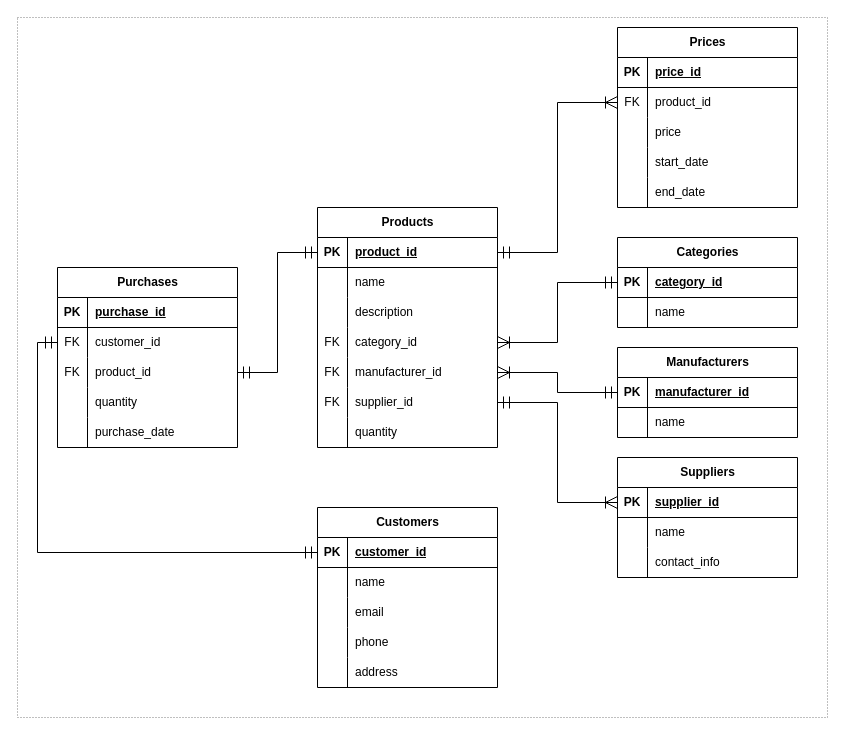
Earlier version of the draw.io diagram erd.drawio (Schukinsky/1st-project). Source tidied: cells renumbered, new cells numbered last; positions are measured from the earlier drawing's top-left corner, leaving out a move shared by most shapes. Both pictures are drawn from the tidied source at 100%, with x=0, y=0 at pixel (17, 17).
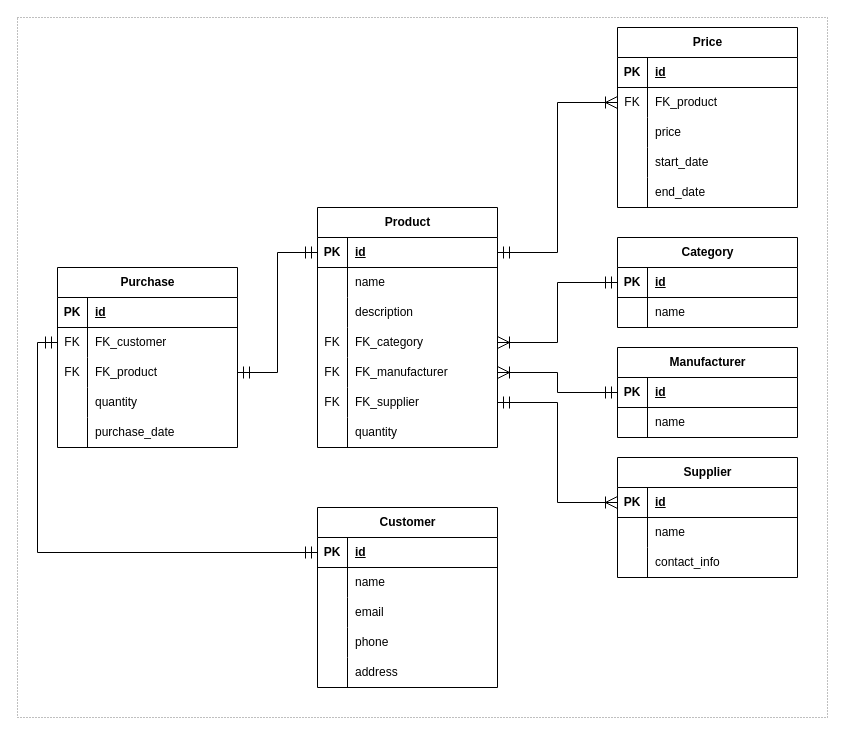
After the change.

The change refers to these unchanged cells:
```xml
<mxCell id="4" style="shape=tableRow;horizontal=0;startSize=0;swimlaneHead=0;swimlaneBody=0;fillColor=none;points=[[0,0.5],[1,0.5]];portConstraint=eastwest;top=0;left=0;right=0;bottom=1;" parent="3" vertex="1">
  <mxGeometry y="30" width="180" height="30" as="geometry" />
</mxCell>
<mxCell id="13" style="shape=tableRow;horizontal=0;startSize=0;swimlaneHead=0;swimlaneBody=0;fillColor=none;points=[[0,0.5],[1,0.5]];portConstraint=eastwest;top=0;left=0;right=0;bottom=0;" parent="3" vertex="1">
  <mxGeometry y="120" width="180" height="30" as="geometry" />
</mxCell>
<mxCell id="16" style="shape=tableRow;horizontal=0;startSize=0;swimlaneHead=0;swimlaneBody=0;fillColor=none;points=[[0,0.5],[1,0.5]];portConstraint=eastwest;top=0;left=0;right=0;bottom=0;" parent="3" vertex="1">
  <mxGeometry y="150" width="180" height="30" as="geometry" />
</mxCell>
<mxCell id="19" style="shape=tableRow;horizontal=0;startSize=0;swimlaneHead=0;swimlaneBody=0;fillColor=none;points=[[0,0.5],[1,0.5]];portConstraint=eastwest;top=0;left=0;right=0;bottom=0;" parent="3" vertex="1">
  <mxGeometry y="180" width="180" height="30" as="geometry" />
</mxCell>
<mxCell id="26" style="shape=tableRow;horizontal=0;startSize=0;swimlaneHead=0;swimlaneBody=0;fillColor=none;points=[[0,0.5],[1,0.5]];portConstraint=eastwest;top=0;left=0;right=0;bottom=1;" parent="25" vertex="1">
  <mxGeometry y="30" width="180" height="30" as="geometry" />
</mxCell>
<mxCell id="33" style="shape=tableRow;horizontal=0;startSize=0;swimlaneHead=0;swimlaneBody=0;fillColor=none;top=0;left=0;right=0;bottom=1;" parent="32" vertex="1">
  <mxGeometry y="30" width="180" height="30" as="geometry" />
</mxCell>
<mxCell id="36" style="shape=tableRow;horizontal=0;startSize=0;swimlaneHead=0;swimlaneBody=0;fillColor=none;points=[[0,0.5],[1,0.5]];portConstraint=eastwest;top=0;left=0;right=0;bottom=0;" parent="32" vertex="1">
  <mxGeometry y="60" width="180" height="30" as="geometry" />
</mxCell>
<mxCell id="49" style="shape=tableRow;horizontal=0;startSize=0;swimlaneHead=0;swimlaneBody=0;fillColor=none;points=[[0,0.5],[1,0.5]];portConstraint=eastwest;top=0;left=0;right=0;bottom=1;" parent="48" vertex="1">
  <mxGeometry y="30" width="180" height="30" as="geometry" />
</mxCell>
<mxCell id="59" style="shape=tableRow;horizontal=0;startSize=0;swimlaneHead=0;swimlaneBody=0;fillColor=none;points=[[0,0.5],[1,0.5]];portConstraint=eastwest;top=0;left=0;right=0;bottom=1;" parent="58" vertex="1">
  <mxGeometry y="30" width="180" height="30" as="geometry" />
</mxCell>
<mxCell id="66" style="shape=tableRow;horizontal=0;startSize=0;swimlaneHead=0;swimlaneBody=0;fillColor=none;points=[[0,0.5],[1,0.5]];portConstraint=eastwest;top=0;left=0;right=0;bottom=1;" parent="65" vertex="1">
  <mxGeometry y="30" width="180" height="30" as="geometry" />
</mxCell>
<mxCell id="82" style="shape=tableRow;horizontal=0;startSize=0;swimlaneHead=0;swimlaneBody=0;fillColor=none;top=0;left=0;right=0;bottom=1;" parent="81" vertex="1">
  <mxGeometry y="30" width="180" height="30" as="geometry" />
</mxCell>
<mxCell id="85" style="shape=tableRow;horizontal=0;startSize=0;swimlaneHead=0;swimlaneBody=0;fillColor=none;points=[[0,0.5],[1,0.5]];portConstraint=eastwest;top=0;left=0;right=0;bottom=0;" parent="81" vertex="1">
  <mxGeometry y="60" width="180" height="30" as="geometry" />
</mxCell>
<mxCell id="88" style="shape=tableRow;horizontal=0;startSize=0;swimlaneHead=0;swimlaneBody=0;fillColor=none;points=[[0,0.5],[1,0.5]];portConstraint=eastwest;top=0;left=0;right=0;bottom=0;" parent="81" vertex="1">
  <mxGeometry y="90" width="180" height="30" as="geometry" />
</mxCell>
```

What changed in the source:
```diff
@@
-    <mxCell id="3" value="Products" style="shape=table;startSize=30;childLayout=tableLayout;rowLines=0;fontStyle=1;align=center;html=1;" parent="1" vertex="1">
+    <mxCell id="3" value="Product" style="shape=table;startSize=30;childLayout=tableLayout;rowLines=0;fontStyle=1;align=center;html=1;" parent="1" vertex="1">
       <mxGeometry x="300" y="190" width="180" height="240" as="geometry" />
     </mxCell>
@@
-    <mxCell id="6" value="product_id" style="shape=partialRectangle;fillColor=none;top=0;left=0;bottom=0;right=0;align=left;spacingLeft=6;fontStyle=5;overflow=hidden;whiteSpace=wrap;html=1;" parent="4" vertex="1">
+    <mxCell id="6" value="id" style="shape=partialRectangle;fillColor=none;top=0;left=0;bottom=0;right=0;align=left;spacingLeft=6;fontStyle=5;overflow=hidden;whiteSpace=wrap;html=1;" parent="4" vertex="1">
       <mxGeometry x="30" width="150" height="30" as="geometry" />
     </mxCell>
@@
-    <mxCell id="15" value="category_id" style="shape=partialRectangle;fillColor=none;top=0;left=0;bottom=0;right=0;align=left;spacingLeft=6;overflow=hidden;whiteSpace=wrap;html=1;" parent="13" vertex="1">
+    <mxCell id="15" value="FK_category" style="shape=partialRectangle;fillColor=none;top=0;left=0;bottom=0;right=0;align=left;spacingLeft=6;overflow=hidden;whiteSpace=wrap;html=1;" parent="13" vertex="1">
       <mxGeometry x="30" width="150" height="30" as="geometry" />
     </mxCell>
@@
-    <mxCell id="18" value="manufacturer_id" style="shape=partialRectangle;fillColor=none;top=0;left=0;bottom=0;right=0;align=left;spacingLeft=6;overflow=hidden;whiteSpace=wrap;html=1;" parent="16" vertex="1">
+    <mxCell id="18" value="FK_manufacturer" style="shape=partialRectangle;fillColor=none;top=0;left=0;bottom=0;right=0;align=left;spacingLeft=6;overflow=hidden;whiteSpace=wrap;html=1;" parent="16" vertex="1">
       <mxGeometry x="30" width="150" height="30" as="geometry" />
     </mxCell>
@@
-    <mxCell id="21" value="supplier_id" style="shape=partialRectangle;fillColor=none;top=0;left=0;bottom=0;right=0;align=left;spacingLeft=6;overflow=hidden;whiteSpace=wrap;html=1;" parent="19" vertex="1">
+    <mxCell id="21" value="FK_supplier" style="shape=partialRectangle;fillColor=none;top=0;left=0;bottom=0;right=0;align=left;spacingLeft=6;overflow=hidden;whiteSpace=wrap;html=1;" parent="19" vertex="1">
       <mxGeometry x="30" width="150" height="30" as="geometry" />
     </mxCell>
@@
-    <mxCell id="25" value="Categories" style="shape=table;startSize=30;childLayout=tableLayout;rowLines=0;fontStyle=1;align=center;html=1;" parent="1" vertex="1">
+    <mxCell id="25" value="Category" style="shape=table;startSize=30;childLayout=tableLayout;rowLines=0;fontStyle=1;align=center;html=1;" parent="1" vertex="1">
       <mxGeometry x="600" y="220" width="180" height="90" as="geometry" />
     </mxCell>
@@
-    <mxCell id="28" value="category_id" style="shape=partialRectangle;fillColor=none;top=0;left=0;bottom=0;right=0;align=left;spacingLeft=6;fontStyle=5;overflow=hidden;whiteSpace=wrap;html=1;" parent="26" vertex="1">
+    <mxCell id="28" value="id" style="shape=partialRectangle;fillColor=none;top=0;left=0;bottom=0;right=0;align=left;spacingLeft=6;fontStyle=5;overflow=hidden;whiteSpace=wrap;html=1;" parent="26" vertex="1">
       <mxGeometry x="30" width="150" height="30" as="geometry" />
     </mxCell>
@@
-    <mxCell id="32" value="Prices" style="shape=table;startSize=30;childLayout=tableLayout;rowLines=0;fontStyle=1;align=center;html=1;" parent="1" vertex="1">
+    <mxCell id="32" value="Price" style="shape=table;startSize=30;childLayout=tableLayout;rowLines=0;fontStyle=1;align=center;html=1;" parent="1" vertex="1">
       <mxGeometry x="600" y="10" width="180" height="180" as="geometry" />
     </mxCell>
@@
-    <mxCell id="35" value="price_id" style="shape=partialRectangle;fillColor=none;top=0;left=0;bottom=0;right=0;align=left;spacingLeft=6;fontStyle=5;overflow=hidden;whiteSpace=wrap;html=1;" parent="33" vertex="1">
+    <mxCell id="35" value="id" style="shape=partialRectangle;fillColor=none;top=0;left=0;bottom=0;right=0;align=left;spacingLeft=6;fontStyle=5;overflow=hidden;whiteSpace=wrap;html=1;" parent="33" vertex="1">
       <mxGeometry x="30" width="150" height="30" as="geometry" />
     </mxCell>
@@
-    <mxCell id="38" value="product_id" style="shape=partialRectangle;fillColor=none;top=0;left=0;bottom=0;right=0;align=left;spacingLeft=6;overflow=hidden;whiteSpace=wrap;html=1;" parent="36" vertex="1">
+    <mxCell id="38" value="FK_product" style="shape=partialRectangle;fillColor=none;top=0;left=0;bottom=0;right=0;align=left;spacingLeft=6;overflow=hidden;whiteSpace=wrap;html=1;" parent="36" vertex="1">
       <mxGeometry x="30" width="150" height="30" as="geometry" />
     </mxCell>
@@
-    <mxCell id="48" value="Suppliers" style="shape=table;startSize=30;childLayout=tableLayout;rowLines=0;fontStyle=1;align=center;html=1;" parent="1" vertex="1">
+    <mxCell id="48" value="Supplier" style="shape=table;startSize=30;childLayout=tableLayout;rowLines=0;fontStyle=1;align=center;html=1;" parent="1" vertex="1">
       <mxGeometry x="600" y="440" width="180" height="120" as="geometry" />
     </mxCell>
@@
-    <mxCell id="51" value="supplier_id" style="shape=partialRectangle;fillColor=none;top=0;left=0;bottom=0;right=0;align=left;spacingLeft=6;fontStyle=5;overflow=hidden;whiteSpace=wrap;html=1;" parent="49" vertex="1">
+    <mxCell id="51" value="id" style="shape=partialRectangle;fillColor=none;top=0;left=0;bottom=0;right=0;align=left;spacingLeft=6;fontStyle=5;overflow=hidden;whiteSpace=wrap;html=1;" parent="49" vertex="1">
       <mxGeometry x="30" width="150" height="30" as="geometry" />
     </mxCell>
@@
-    <mxCell id="58" value="Manufacturers" style="shape=table;startSize=30;childLayout=tableLayout;rowLines=0;fontStyle=1;align=center;html=1;" parent="1" vertex="1">
+    <mxCell id="58" value="Manufacturer" style="shape=table;startSize=30;childLayout=tableLayout;rowLines=0;fontStyle=1;align=center;html=1;" parent="1" vertex="1">
       <mxGeometry x="600" y="330" width="180" height="90" as="geometry" />
     </mxCell>
@@
-    <mxCell id="61" value="manufacturer_id" style="shape=partialRectangle;fillColor=none;top=0;left=0;bottom=0;right=0;align=left;spacingLeft=6;fontStyle=5;overflow=hidden;whiteSpace=wrap;html=1;" parent="59" vertex="1">
+    <mxCell id="61" value="id" style="shape=partialRectangle;fillColor=none;top=0;left=0;bottom=0;right=0;align=left;spacingLeft=6;fontStyle=5;overflow=hidden;whiteSpace=wrap;html=1;" parent="59" vertex="1">
       <mxGeometry x="30" width="150" height="30" as="geometry" />
     </mxCell>
@@
-    <mxCell id="65" value="Customers" style="shape=table;startSize=30;childLayout=tableLayout;rowLines=0;fontStyle=1;align=center;html=1;" parent="1" vertex="1">
+    <mxCell id="65" value="Customer" style="shape=table;startSize=30;childLayout=tableLayout;rowLines=0;fontStyle=1;align=center;html=1;" parent="1" vertex="1">
       <mxGeometry x="300" y="490" width="180" height="180" as="geometry" />
     </mxCell>
@@
-    <mxCell id="68" value="customer_id" style="shape=partialRectangle;fillColor=none;top=0;left=0;bottom=0;right=0;align=left;spacingLeft=6;fontStyle=5;overflow=hidden;whiteSpace=wrap;html=1;" parent="66" vertex="1">
+    <mxCell id="68" value="id" style="shape=partialRectangle;fillColor=none;top=0;left=0;bottom=0;right=0;align=left;spacingLeft=6;fontStyle=5;overflow=hidden;whiteSpace=wrap;html=1;" parent="66" vertex="1">
       <mxGeometry x="30" width="150" height="30" as="geometry" />
     </mxCell>
@@
-    <mxCell id="81" value="Purchases" style="shape=table;startSize=30;childLayout=tableLayout;rowLines=0;fontStyle=1;align=center;html=1;" parent="1" vertex="1">
+    <mxCell id="81" value="Purchase" style="shape=table;startSize=30;childLayout=tableLayout;rowLines=0;fontStyle=1;align=center;html=1;" parent="1" vertex="1">
       <mxGeometry x="40" y="250" width="180" height="180" as="geometry" />
     </mxCell>
@@
-    <mxCell id="84" value="purchase_id" style="shape=partialRectangle;fillColor=none;top=0;left=0;bottom=0;right=0;align=left;spacingLeft=6;fontStyle=5;overflow=hidden;whiteSpace=wrap;html=1;" parent="82" vertex="1">
+    <mxCell id="84" value="id" style="shape=partialRectangle;fillColor=none;top=0;left=0;bottom=0;right=0;align=left;spacingLeft=6;fontStyle=5;overflow=hidden;whiteSpace=wrap;html=1;" parent="82" vertex="1">
       <mxGeometry x="30" width="150" height="30" as="geometry" />
     </mxCell>
@@
-    <mxCell id="87" value="customer_id" style="shape=partialRectangle;fillColor=none;top=0;left=0;bottom=0;right=0;align=left;spacingLeft=6;overflow=hidden;whiteSpace=wrap;html=1;" parent="85" vertex="1">
+    <mxCell id="87" value="FK_customer" style="shape=partialRectangle;fillColor=none;top=0;left=0;bottom=0;right=0;align=left;spacingLeft=6;overflow=hidden;whiteSpace=wrap;html=1;" parent="85" vertex="1">
       <mxGeometry x="30" width="150" height="30" as="geometry" />
     </mxCell>
@@
-    <mxCell id="90" value="product_id" style="shape=partialRectangle;fillColor=none;top=0;left=0;bottom=0;right=0;align=left;spacingLeft=6;overflow=hidden;whiteSpace=wrap;html=1;" parent="88" vertex="1">
+    <mxCell id="90" value="FK_product" style="shape=partialRectangle;fillColor=none;top=0;left=0;bottom=0;right=0;align=left;spacingLeft=6;overflow=hidden;whiteSpace=wrap;html=1;" parent="88" vertex="1">
       <mxGeometry x="30" width="150" height="30" as="geometry" />
     </mxCell>
```
